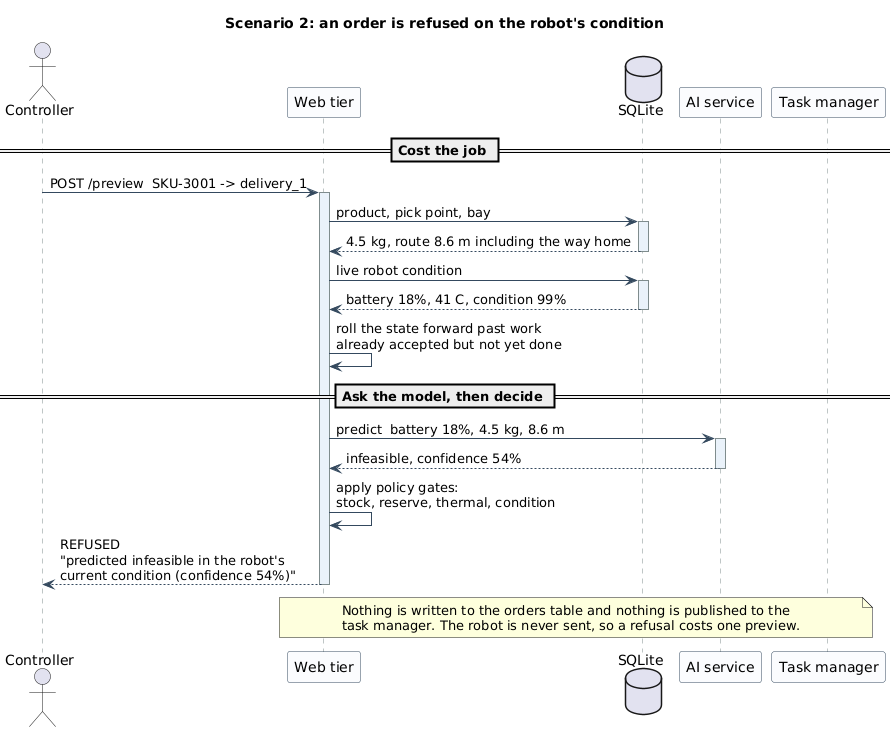
ArianShafagh/robofetch keeps this PlantUML diagram as report/Figures/11-sequence-order-refused.png. Above is the earlier version.
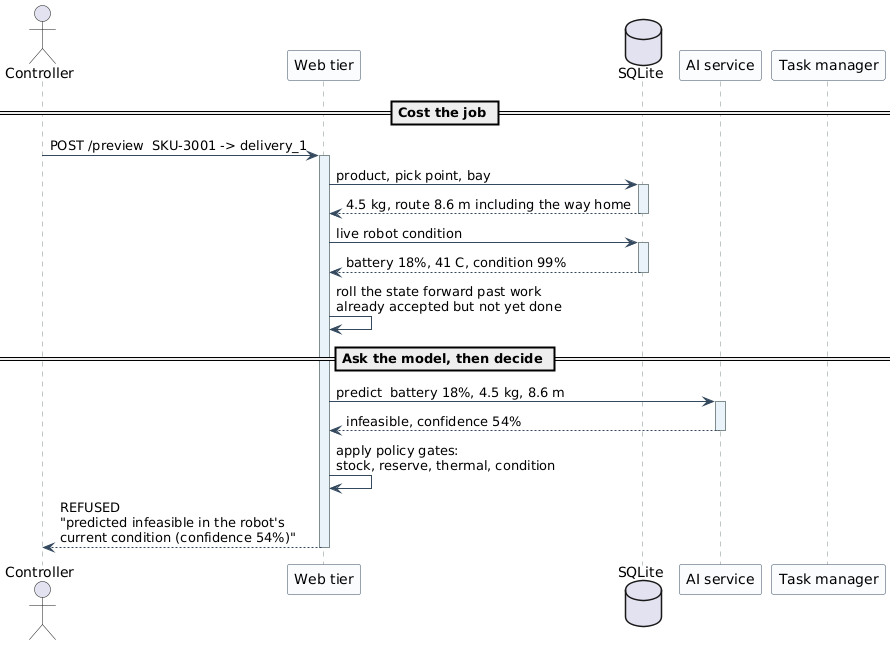
Above is the later version.

What changed in the source:
```diff
@@ -9,7 +9,6 @@
   LifeLineBackgroundColor #EAF2FA
 }
 
-title Scenario 2: an order is refused on the robot's condition
 
 actor Controller as C
 participant "Web tier" as API
@@ -31,9 +30,4 @@
 API -> API : apply policy gates:\nstock, reserve, thermal, condition
 API --> C -- : REFUSED\n"predicted infeasible in the robot's\ncurrent condition (confidence 54%)"
 
-note over API, TM
-  Nothing is written to the orders table and nothing is published to the
-  task manager. The robot is never sent, so a refusal costs one preview.
-end note
-
 @enduml
```
